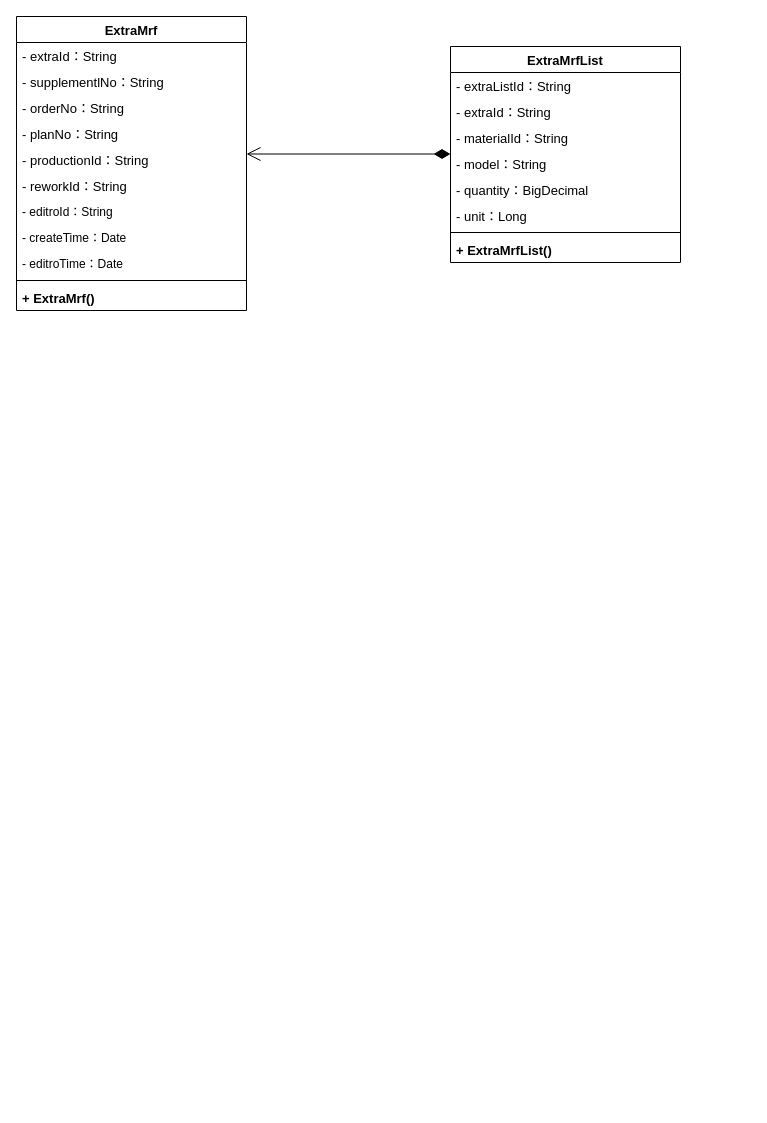
KNAI-I/test keeps this draw.io diagram as page "补料单" (4 of 4) of 类图.drawio. Above is the earlier version. Source tidied: cells renumbered, new cells numbered last; positions are measured from the earlier drawing's top-left corner, leaving out a move shared by most shapes. Both pictures are drawn from the tidied source at 100%, with x=0, y=0 at pixel (16, 16).
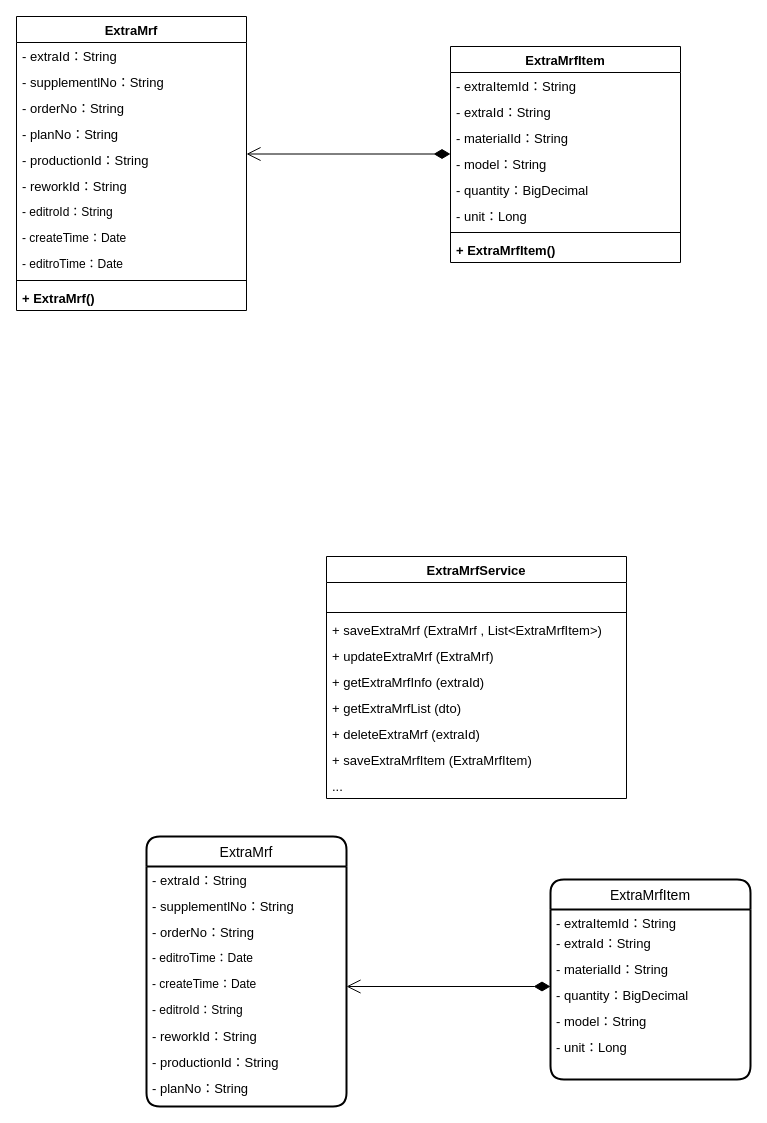
The same page after the edit.

The edit, as a diff of the source:
```diff
@@
-    <mxCell id="14" value="ExtraMrfList" style="swimlane;fontStyle=1;align=center;verticalAlign=top;horizontal=1;startSize=26;fontSize=13;" parent="1" vertex="1">
+    <mxCell id="14" value="ExtraMrfItem" style="swimlane;fontStyle=1;align=center;verticalAlign=top;horizontal=1;startSize=26;fontSize=13;" parent="1" vertex="1">
       <mxGeometry x="434" y="30" width="230" height="216" as="geometry" />
     </mxCell>
-    <mxCell id="15" value="- extraListId：String" style="text;strokeColor=none;fillColor=none;align=left;verticalAlign=top;spacingLeft=4;spacingRight=4;overflow=hidden;fontSize=13;" parent="14" vertex="1">
+    <mxCell id="15" value="- extraItemId：String" style="text;strokeColor=none;fillColor=none;align=left;verticalAlign=top;spacingLeft=4;spacingRight=4;overflow=hidden;fontSize=13;" parent="14" vertex="1">
       <mxGeometry y="26" width="230" height="26" as="geometry" />
     </mxCell>
@@
-    <mxCell id="22" value="+ ExtraMrfList()" style="text;strokeColor=none;fillColor=none;align=left;verticalAlign=top;spacingLeft=4;spacingRight=4;overflow=hidden;fontSize=13;fontStyle=1;" parent="14" vertex="1">
+    <mxCell id="22" value="+ ExtraMrfItem()" style="text;strokeColor=none;fillColor=none;align=left;verticalAlign=top;spacingLeft=4;spacingRight=4;overflow=hidden;fontSize=13;fontStyle=1;" parent="14" vertex="1">
       <mxGeometry y="190" width="230" height="26" as="geometry" />
     </mxCell>
@@
+    <mxCell id="24" value="ExtraMrf" style="swimlane;horizontal=1;startSize=30;rounded=1;fontSize=14;fontStyle=0;strokeWidth=2;shadow=0;dashed=0;align=center;" parent="1" vertex="1">
+      <mxGeometry x="130" y="820" width="200" height="270" as="geometry" />
+    </mxCell>
+    <mxCell id="25" value="- extraId：String" style="text;strokeColor=none;fillColor=none;align=left;verticalAlign=top;spacingLeft=4;spacingRight=4;overflow=hidden;fontSize=13;" parent="24" vertex="1">
+      <mxGeometry y="30" width="200" height="26" as="geometry" />
+    </mxCell>
+    <mxCell id="26" value="- supplementlNo：String" style="text;strokeColor=none;fillColor=none;align=left;verticalAlign=top;spacingLeft=4;spacingRight=4;overflow=hidden;fontSize=13;" parent="24" vertex="1">
+      <mxGeometry y="56" width="200" height="26" as="geometry" />
+    </mxCell>
+    <mxCell id="27" value="- orderNo：String" style="text;strokeColor=none;fillColor=none;align=left;verticalAlign=top;spacingLeft=4;spacingRight=4;overflow=hidden;fontSize=13;" parent="24" vertex="1">
+      <mxGeometry y="82" width="200" height="26" as="geometry" />
+    </mxCell>
+    <mxCell id="28" value="- editroTime：Date" style="text;strokeColor=none;fillColor=none;align=left;verticalAlign=top;spacingLeft=4;spacingRight=4;overflow=hidden;" parent="24" vertex="1">
+      <mxGeometry y="108" width="200" height="26" as="geometry" />
+    </mxCell>
+    <mxCell id="29" value="- createTime：Date" style="text;strokeColor=none;fillColor=none;align=left;verticalAlign=top;spacingLeft=4;spacingRight=4;overflow=hidden;" parent="24" vertex="1">
+      <mxGeometry y="134" width="200" height="26" as="geometry" />
+    </mxCell>
+    <mxCell id="30" value="- editroId：String" style="text;strokeColor=none;fillColor=none;align=left;verticalAlign=top;spacingLeft=4;spacingRight=4;overflow=hidden;" parent="24" vertex="1">
+      <mxGeometry y="160" width="200" height="26" as="geometry" />
+    </mxCell>
+    <mxCell id="31" value="- reworkId：String" style="text;strokeColor=none;fillColor=none;align=left;verticalAlign=top;spacingLeft=4;spacingRight=4;overflow=hidden;fontSize=13;" parent="24" vertex="1">
+      <mxGeometry y="186" width="200" height="26" as="geometry" />
+    </mxCell>
+    <mxCell id="32" value="- productionId：String" style="text;strokeColor=none;fillColor=none;align=left;verticalAlign=top;spacingLeft=4;spacingRight=4;overflow=hidden;fontSize=13;" parent="24" vertex="1">
+      <mxGeometry y="212" width="200" height="26" as="geometry" />
+    </mxCell>
+    <mxCell id="33" value="- planNo：String" style="text;strokeColor=none;fillColor=none;align=left;verticalAlign=top;spacingLeft=4;spacingRight=4;overflow=hidden;fontSize=13;" parent="24" vertex="1">
+      <mxGeometry y="238" width="200" height="32" as="geometry" />
+    </mxCell>
+    <mxCell id="34" value="ExtraMrfItem" style="swimlane;horizontal=1;startSize=30;rounded=1;fontSize=14;fontStyle=0;strokeWidth=2;shadow=0;dashed=0;align=center;" parent="1" vertex="1">
+      <mxGeometry x="534" y="863" width="200" height="200" as="geometry" />
+    </mxCell>
+    <mxCell id="35" value="- extraItemId：String" style="text;strokeColor=none;fillColor=none;align=left;verticalAlign=top;spacingLeft=4;spacingRight=4;overflow=hidden;fontSize=13;" parent="34" vertex="1">
+      <mxGeometry y="30" width="200" height="20" as="geometry" />
+    </mxCell>
+    <mxCell id="36" value="- extraId：String" style="text;strokeColor=none;fillColor=none;align=left;verticalAlign=top;spacingLeft=4;spacingRight=4;overflow=hidden;fontSize=13;" parent="34" vertex="1">
+      <mxGeometry y="50" width="200" height="26" as="geometry" />
+    </mxCell>
+    <mxCell id="37" value="- materialId：String" style="text;strokeColor=none;fillColor=none;align=left;verticalAlign=top;spacingLeft=4;spacingRight=4;overflow=hidden;fontSize=13;" parent="34" vertex="1">
+      <mxGeometry y="76" width="200" height="26" as="geometry" />
+    </mxCell>
+    <mxCell id="38" value="- quantity：BigDecimal" style="text;strokeColor=none;fillColor=none;align=left;verticalAlign=top;spacingLeft=4;spacingRight=4;overflow=hidden;fontSize=13;" parent="34" vertex="1">
+      <mxGeometry y="102" width="200" height="26" as="geometry" />
+    </mxCell>
+    <mxCell id="39" value="- model：String" style="text;strokeColor=none;fillColor=none;align=left;verticalAlign=top;spacingLeft=4;spacingRight=4;overflow=hidden;fontSize=13;" parent="34" vertex="1">
+      <mxGeometry y="128" width="200" height="26" as="geometry" />
+    </mxCell>
+    <mxCell id="40" value="- unit：Long" style="text;strokeColor=none;fillColor=none;align=left;verticalAlign=top;spacingLeft=4;spacingRight=4;overflow=hidden;fontSize=13;" parent="34" vertex="1">
+      <mxGeometry y="154" width="200" height="46" as="geometry" />
+    </mxCell>
+    <mxCell id="41" style="endArrow=open;html=1;endSize=12;startArrow=diamondThin;startSize=14;startFill=1;edgeStyle=orthogonalEdgeStyle;align=left;verticalAlign=bottom;rounded=0;fontSize=13;entryX=1.017;entryY=0.115;entryDx=0;entryDy=0;entryPerimeter=0;exitX=-0.009;exitY=0.192;exitDx=0;exitDy=0;exitPerimeter=0;" parent="1" edge="1">
+      <mxGeometry x="-0.73" relative="1" as="geometry">
+        <mxPoint x="534" y="970" as="sourcePoint" />
+        <mxPoint x="330" y="970" as="targetPoint" />
+      </mxGeometry>
+    </mxCell>
+    <mxCell id="42" value="ExtraMrfService" style="swimlane;fontStyle=1;align=center;verticalAlign=top;horizontal=1;startSize=26;fontSize=13;" parent="1" vertex="1">
+      <mxGeometry x="310" y="540" width="300" height="242" as="geometry" />
+    </mxCell>
+    <mxCell id="43" value=" " style="text;strokeColor=none;fillColor=none;align=left;verticalAlign=top;spacingLeft=4;spacingRight=4;overflow=hidden;fontSize=13;" parent="42" vertex="1">
+      <mxGeometry y="26" width="300" height="26" as="geometry" />
+    </mxCell>
+    <mxCell id="44" style="line;strokeWidth=1;fillColor=none;align=left;verticalAlign=middle;spacingTop=-1;spacingLeft=3;spacingRight=3;labelPosition=right;fontSize=13;" parent="42" vertex="1">
+      <mxGeometry y="52" width="300" height="8" as="geometry" />
+    </mxCell>
+    <mxCell id="45" value="+ saveExtraMrf (ExtraMrf , List&lt;ExtraMrfItem&gt;)" style="text;strokeColor=none;fillColor=none;align=left;verticalAlign=top;spacingLeft=4;spacingRight=4;overflow=hidden;fontSize=13;" parent="42" vertex="1">
+      <mxGeometry y="60" width="300" height="26" as="geometry" />
+    </mxCell>
+    <mxCell id="46" value="+ updateExtraMrf (ExtraMrf)" style="text;strokeColor=none;fillColor=none;align=left;verticalAlign=top;spacingLeft=4;spacingRight=4;overflow=hidden;fontSize=13;" parent="42" vertex="1">
+      <mxGeometry y="86" width="300" height="26" as="geometry" />
+    </mxCell>
+    <mxCell id="47" value="+ getExtraMrfInfo (extraId)" style="text;strokeColor=none;fillColor=none;align=left;verticalAlign=top;spacingLeft=4;spacingRight=4;overflow=hidden;fontSize=13;" parent="42" vertex="1">
+      <mxGeometry y="112" width="300" height="26" as="geometry" />
+    </mxCell>
+    <mxCell id="48" value="+ getExtraMrfList (dto)" style="text;strokeColor=none;fillColor=none;align=left;verticalAlign=top;spacingLeft=4;spacingRight=4;overflow=hidden;fontSize=13;" parent="42" vertex="1">
+      <mxGeometry y="138" width="300" height="26" as="geometry" />
+    </mxCell>
+    <mxCell id="49" value="+ deleteExtraMrf (extraId)" style="text;strokeColor=none;fillColor=none;align=left;verticalAlign=top;spacingLeft=4;spacingRight=4;overflow=hidden;fontSize=13;" parent="42" vertex="1">
+      <mxGeometry y="164" width="300" height="26" as="geometry" />
+    </mxCell>
+    <mxCell id="50" value="+ saveExtraMrfItem (ExtraMrfItem)" style="text;strokeColor=none;fillColor=none;align=left;verticalAlign=top;spacingLeft=4;spacingRight=4;overflow=hidden;fontSize=13;" parent="42" vertex="1">
+      <mxGeometry y="190" width="300" height="26" as="geometry" />
+    </mxCell>
+    <mxCell id="51" value="..." style="text;strokeColor=none;fillColor=none;align=left;verticalAlign=top;spacingLeft=4;spacingRight=4;overflow=hidden;fontSize=13;" parent="42" vertex="1">
+      <mxGeometry y="216" width="300" height="26" as="geometry" />
+    </mxCell>
```
